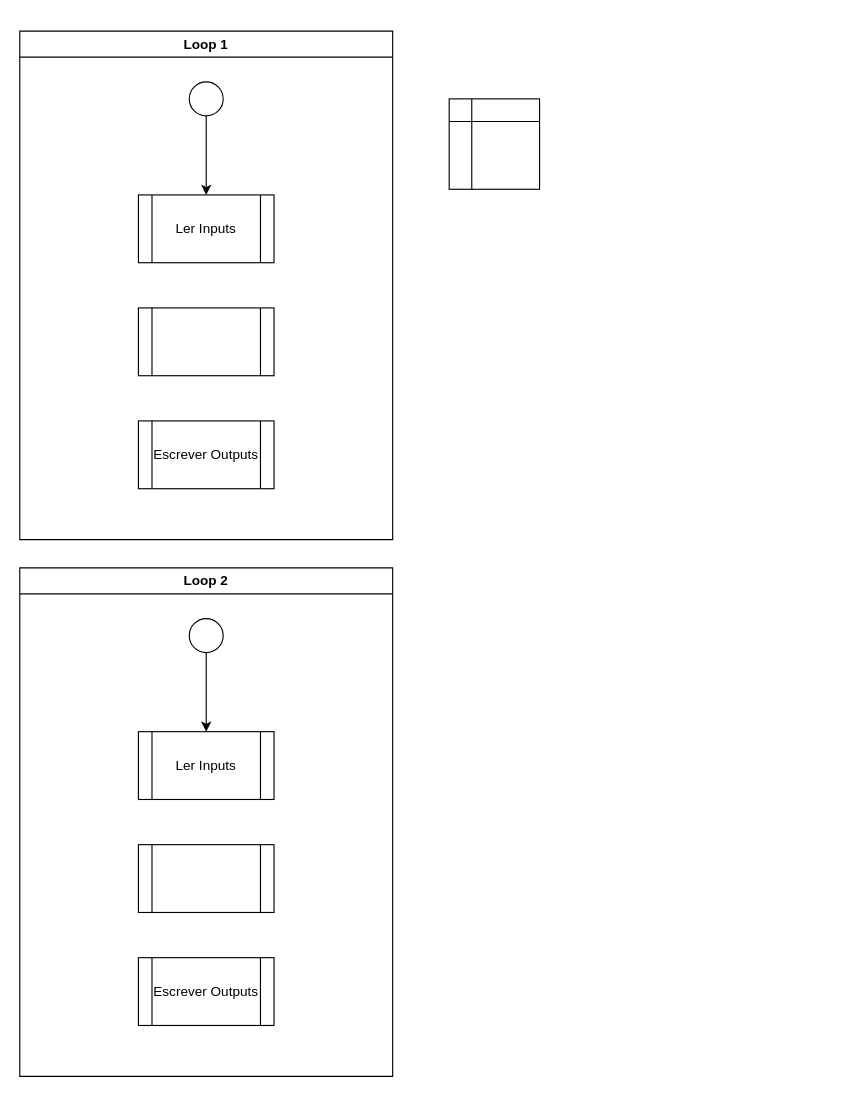
The draw.io diagram Documentation/diagrams/Diagrama atividade ciclo/Diagrama Atividade Ciclo.drawio in primituga/InteligentDestiller, before the edit. Source tidied: cells renumbered, new cells numbered last; positions are measured from the earlier drawing's top-left corner, leaving out a move shared by most shapes. Both pictures are drawn from the tidied source at 113%, with x=0, y=0 at pixel (19, 31).
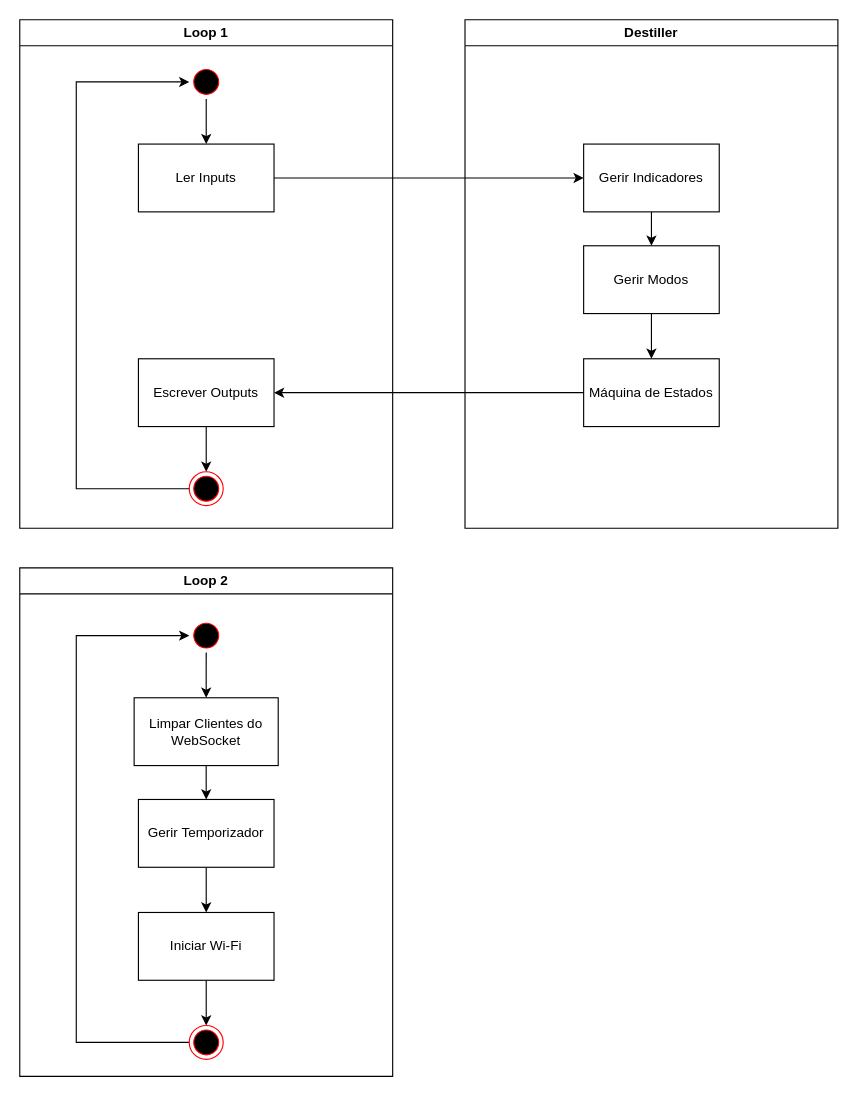
The same page after the edit.

Unchanged cells that the change refers to:
```xml
<mxCell id="9" value="Loop 2" style="swimlane;whiteSpace=wrap;html=1;" parent="1" vertex="1">
  <mxGeometry y="475" width="330" height="450" as="geometry" />
</mxCell>
```

Change to the diagram source:
```diff
@@
-    <mxCell id="2" style="shape=internalStorage;whiteSpace=wrap;html=1;backgroundOutline=1;" parent="1" vertex="1">
-      <mxGeometry x="380" y="60" width="80" height="80" as="geometry" />
-    </mxCell>
     <mxCell id="3" value="Loop 1" style="swimlane;whiteSpace=wrap;html=1;" parent="1" vertex="1">
-      <mxGeometry width="330" height="450" as="geometry" />
+      <mxGeometry y="-10" width="330" height="450" as="geometry" />
     </mxCell>
-    <mxCell id="4" style="edgeStyle=orthogonalEdgeStyle;rounded=0;jettySize=auto;html=1;exitX=0.5;exitY=1;exitDx=0;exitDy=0;entryX=0.5;entryY=0;entryDx=0;entryDy=0;" parent="3" edge="1" source="5" target="6">
-      <mxGeometry relative="1" as="geometry" />
-    </mxCell>
-    <mxCell id="5" style="ellipse;whiteSpace=wrap;html=1;" parent="3" vertex="1">
-      <mxGeometry x="150" y="45" width="30" height="30" as="geometry" />
-    </mxCell>
-    <mxCell id="6" value="Ler Inputs" style="shape=process;whiteSpace=wrap;html=1;backgroundOutline=1;" parent="3" vertex="1">
-      <mxGeometry x="105" y="145" width="120" height="60" as="geometry" />
-    </mxCell>
-    <mxCell id="7" style="shape=process;whiteSpace=wrap;html=1;backgroundOutline=1;" parent="3" vertex="1">
-      <mxGeometry x="105" y="245" width="120" height="60" as="geometry" />
-    </mxCell>
-    <mxCell id="8" value="Escrever Outputs" style="shape=process;whiteSpace=wrap;html=1;backgroundOutline=1;" parent="3" vertex="1">
-      <mxGeometry x="105" y="345" width="120" height="60" as="geometry" />
-    </mxCell>
+    <mxCell id="15" value="Ler Inputs" style="rounded=0;whiteSpace=wrap;html=1;" parent="3" vertex="1">
+      <mxGeometry x="105" y="110" width="120" height="60" as="geometry" />
+    </mxCell>
+    <mxCell id="16" style="edgeStyle=orthogonalEdgeStyle;rounded=0;jettySize=auto;html=1;entryX=0.5;entryY=0;entryDx=0;entryDy=0;" parent="3" edge="1" source="17" target="20">
+      <mxGeometry relative="1" as="geometry" />
+    </mxCell>
+    <mxCell id="17" value="Escrever Outputs" style="rounded=0;whiteSpace=wrap;html=1;" parent="3" vertex="1">
+      <mxGeometry x="105" y="300" width="120" height="60" as="geometry" />
+    </mxCell>
+    <mxCell id="18" style="edgeStyle=orthogonalEdgeStyle;rounded=0;jettySize=auto;html=1;entryX=0.5;entryY=0;entryDx=0;entryDy=0;" parent="3" edge="1" source="19" target="15">
+      <mxGeometry relative="1" as="geometry" />
+    </mxCell>
+    <mxCell id="19" style="ellipse;html=1;shape=startState;fillColor=#000000;strokeColor=#ff0000;" parent="3" vertex="1">
+      <mxGeometry x="150" y="40" width="30" height="30" as="geometry" />
+    </mxCell>
+    <mxCell id="20" style="ellipse;html=1;shape=endState;fillColor=#000000;strokeColor=#ff0000;" parent="3" vertex="1">
+      <mxGeometry x="150" y="400" width="30" height="30" as="geometry" />
+    </mxCell>
+    <mxCell id="21" style="edgeStyle=orthogonalEdgeStyle;rounded=0;jettySize=auto;html=1;entryX=0;entryY=0.5;entryDx=0;entryDy=0;" parent="3" edge="1" source="20" target="19">
+      <mxGeometry relative="1" as="geometry">
+        <Array as="points">
+          <mxPoint x="50" y="415" />
+          <mxPoint x="50" y="55" />
+        </Array>
+      </mxGeometry>
+    </mxCell>
@@
-    <mxCell id="10" style="edgeStyle=orthogonalEdgeStyle;rounded=0;jettySize=auto;html=1;exitX=0.5;exitY=1;exitDx=0;exitDy=0;entryX=0.5;entryY=0;entryDx=0;entryDy=0;" parent="9" edge="1" source="11" target="12">
-      <mxGeometry relative="1" as="geometry" />
-    </mxCell>
-    <mxCell id="11" style="ellipse;whiteSpace=wrap;html=1;" parent="9" vertex="1">
-      <mxGeometry x="150" y="45" width="30" height="30" as="geometry" />
-    </mxCell>
-    <mxCell id="12" value="Ler Inputs" style="shape=process;whiteSpace=wrap;html=1;backgroundOutline=1;" parent="9" vertex="1">
-      <mxGeometry x="105" y="145" width="120" height="60" as="geometry" />
-    </mxCell>
-    <mxCell id="13" style="shape=process;whiteSpace=wrap;html=1;backgroundOutline=1;" parent="9" vertex="1">
-      <mxGeometry x="105" y="245" width="120" height="60" as="geometry" />
-    </mxCell>
-    <mxCell id="14" value="Escrever Outputs" style="shape=process;whiteSpace=wrap;html=1;backgroundOutline=1;" parent="9" vertex="1">
-      <mxGeometry x="105" y="345" width="120" height="60" as="geometry" />
-    </mxCell>
+    <mxCell id="22" style="edgeStyle=orthogonalEdgeStyle;rounded=0;jettySize=auto;html=1;exitX=0.5;exitY=1;exitDx=0;exitDy=0;entryX=0.5;entryY=0;entryDx=0;entryDy=0;" parent="9" edge="1" source="23" target="25">
+      <mxGeometry relative="1" as="geometry" />
+    </mxCell>
+    <mxCell id="23" value="Limpar Clientes do WebSocket" style="rounded=0;whiteSpace=wrap;" parent="9" vertex="1">
+      <mxGeometry x="101.2" y="115" width="127.5" height="60" as="geometry" />
+    </mxCell>
+    <mxCell id="24" style="edgeStyle=orthogonalEdgeStyle;rounded=0;jettySize=auto;html=1;exitX=0.5;exitY=1;exitDx=0;exitDy=0;entryX=0.5;entryY=0;entryDx=0;entryDy=0;" parent="9" edge="1" source="25" target="27">
+      <mxGeometry relative="1" as="geometry" />
+    </mxCell>
+    <mxCell id="25" value="Gerir Temporizador" style="rounded=0;whiteSpace=wrap;html=1;" parent="9" vertex="1">
+      <mxGeometry x="105" y="205" width="120" height="60" as="geometry" />
+    </mxCell>
+    <mxCell id="26" style="edgeStyle=orthogonalEdgeStyle;rounded=0;jettySize=auto;html=1;entryX=0.5;entryY=0;entryDx=0;entryDy=0;" parent="9" edge="1" source="27" target="31">
+      <mxGeometry relative="1" as="geometry" />
+    </mxCell>
+    <mxCell id="27" value="Iniciar Wi-Fi" style="rounded=0;whiteSpace=wrap;html=1;" parent="9" vertex="1">
+      <mxGeometry x="105" y="305" width="120" height="60" as="geometry" />
+    </mxCell>
+    <mxCell id="28" style="edgeStyle=orthogonalEdgeStyle;rounded=0;jettySize=auto;html=1;entryX=0.5;entryY=0;entryDx=0;entryDy=0;" parent="9" edge="1" source="29" target="23">
+      <mxGeometry relative="1" as="geometry" />
+    </mxCell>
+    <mxCell id="29" style="ellipse;html=1;shape=startState;fillColor=#000000;strokeColor=#ff0000;" parent="9" vertex="1">
+      <mxGeometry x="150" y="45" width="30" height="30" as="geometry" />
+    </mxCell>
+    <mxCell id="30" style="edgeStyle=orthogonalEdgeStyle;rounded=0;jettySize=auto;html=1;entryX=0;entryY=0.5;entryDx=0;entryDy=0;" parent="9" edge="1" source="31" target="29">
+      <mxGeometry relative="1" as="geometry">
+        <Array as="points">
+          <mxPoint x="50" y="420" />
+          <mxPoint x="50" y="60" />
+        </Array>
+      </mxGeometry>
+    </mxCell>
+    <mxCell id="31" style="ellipse;html=1;shape=endState;fillColor=#000000;strokeColor=#ff0000;" parent="9" vertex="1">
+      <mxGeometry x="150" y="405" width="30" height="30" as="geometry" />
+    </mxCell>
+    <mxCell id="32" value="Destiller" style="swimlane;whiteSpace=wrap;html=1;" parent="1" vertex="1">
+      <mxGeometry x="394" y="-10" width="330" height="450" as="geometry" />
+    </mxCell>
+    <mxCell id="33" style="edgeStyle=orthogonalEdgeStyle;rounded=0;jettySize=auto;html=1;exitX=0.5;exitY=1;exitDx=0;exitDy=0;entryX=0.5;entryY=0;entryDx=0;entryDy=0;" parent="32" edge="1" source="34" target="36">
+      <mxGeometry relative="1" as="geometry" />
+    </mxCell>
+    <mxCell id="34" value="Gerir Indicadores" style="rounded=0;whiteSpace=wrap;html=1;" parent="32" vertex="1">
+      <mxGeometry x="105" y="110" width="120" height="60" as="geometry" />
+    </mxCell>
+    <mxCell id="35" style="edgeStyle=orthogonalEdgeStyle;rounded=0;jettySize=auto;html=1;exitX=0.5;exitY=1;exitDx=0;exitDy=0;entryX=0.5;entryY=0;entryDx=0;entryDy=0;" parent="32" edge="1" source="36" target="37">
+      <mxGeometry relative="1" as="geometry" />
+    </mxCell>
+    <mxCell id="36" value="Gerir Modos" style="rounded=0;whiteSpace=wrap;html=1;" parent="32" vertex="1">
+      <mxGeometry x="105" y="200" width="120" height="60" as="geometry" />
+    </mxCell>
+    <mxCell id="37" value="Máquina de Estados" style="rounded=0;whiteSpace=wrap;html=1;" parent="32" vertex="1">
+      <mxGeometry x="105" y="300" width="120" height="60" as="geometry" />
+    </mxCell>
+    <mxCell id="38" style="edgeStyle=orthogonalEdgeStyle;rounded=0;jettySize=auto;html=1;entryX=0;entryY=0.5;entryDx=0;entryDy=0;" parent="1" edge="1" source="15" target="34">
+      <mxGeometry relative="1" as="geometry" />
+    </mxCell>
+    <mxCell id="39" style="edgeStyle=orthogonalEdgeStyle;rounded=0;jettySize=auto;html=1;entryX=1;entryY=0.5;entryDx=0;entryDy=0;" parent="1" edge="1" source="37" target="17">
+      <mxGeometry relative="1" as="geometry" />
+    </mxCell>
```
